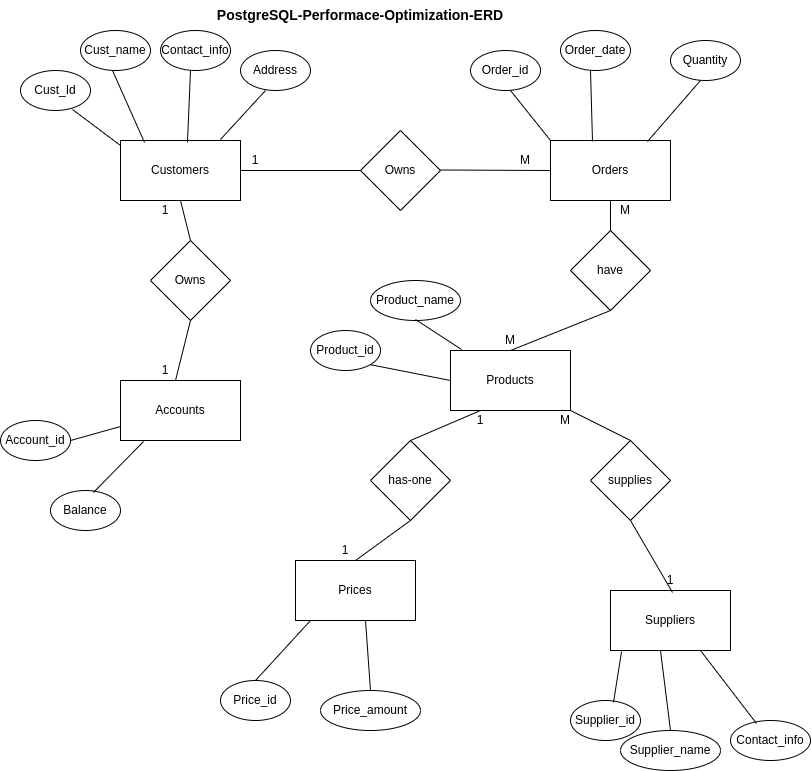
enaburekhan/PostgreSQL-Performance-Optimization-for-Big-Data-Applications keeps this draw.io diagram as database-model-design/PostgreSQL-performance-optimization-erd.drawio.png. Above is the earlier version. Source tidied: cells renumbered, new cells last; positions are measured from the earlier drawing's top-left corner, leaving out a move shared by most shapes.
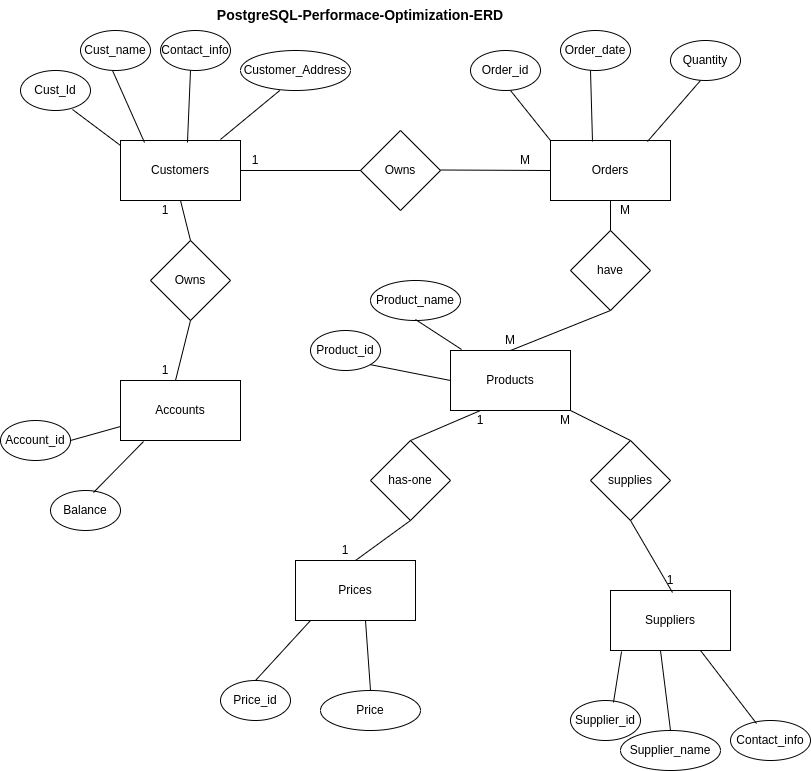
After the commit.

Diff of the diagram source:
```diff
@@ -91,8 +91,8 @@
     <mxCell id="26" value="Contact_info" style="ellipse;whiteSpace=wrap;html=1;fillColor=none;" parent="1" vertex="1">
       <mxGeometry x="160" y="30" width="70" height="40" as="geometry" />
     </mxCell>
-    <mxCell id="27" value="Address" style="ellipse;whiteSpace=wrap;html=1;fillColor=none;" parent="1" vertex="1">
-      <mxGeometry x="240" y="50" width="70" height="40" as="geometry" />
+    <mxCell id="27" value="Customer_Address" style="ellipse;whiteSpace=wrap;html=1;fillColor=none;" parent="1" vertex="1">
+      <mxGeometry x="240" y="50" width="110" height="40" as="geometry" />
     </mxCell>
     <mxCell id="28" value="Order_id" style="ellipse;whiteSpace=wrap;html=1;fillColor=none;" parent="1" vertex="1">
       <mxGeometry x="470" y="50" width="70" height="40" as="geometry" />
@@ -127,7 +127,7 @@
     <mxCell id="38" value="Price_id" style="ellipse;whiteSpace=wrap;html=1;fillColor=none;" parent="1" vertex="1">
       <mxGeometry x="220" y="680" width="70" height="40" as="geometry" />
     </mxCell>
-    <mxCell id="39" value="Price_amount" style="ellipse;whiteSpace=wrap;html=1;fillColor=none;" parent="1" vertex="1">
+    <mxCell id="39" value="Price" style="ellipse;whiteSpace=wrap;html=1;fillColor=none;" parent="1" vertex="1">
       <mxGeometry x="320" y="690" width="100" height="40" as="geometry" />
     </mxCell>
     <mxCell id="40" style="endArrow=none;html=1;rounded=0;exitX=0.743;exitY=0.975;exitDx=0;exitDy=0;exitPerimeter=0;" parent="1" edge="1" source="24">
```
